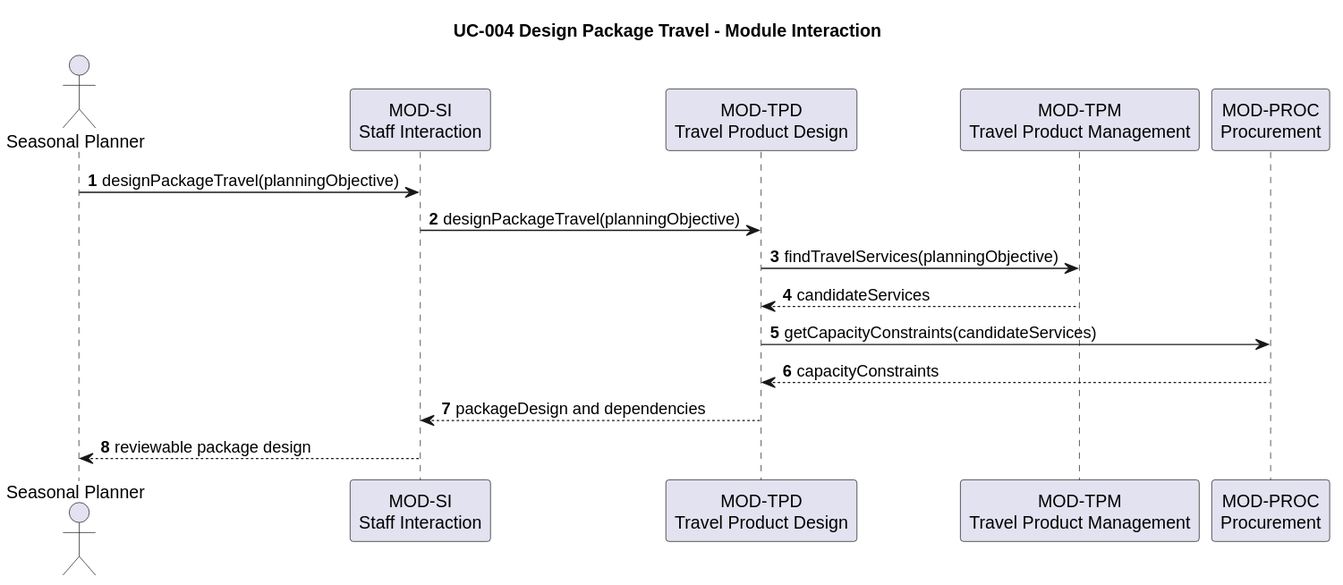
The PlantUML diagram docs/architecture/software-architecture/uc-004-design-package-travel.svg in hochschule-darmstadt/a3se_app, before a commit.
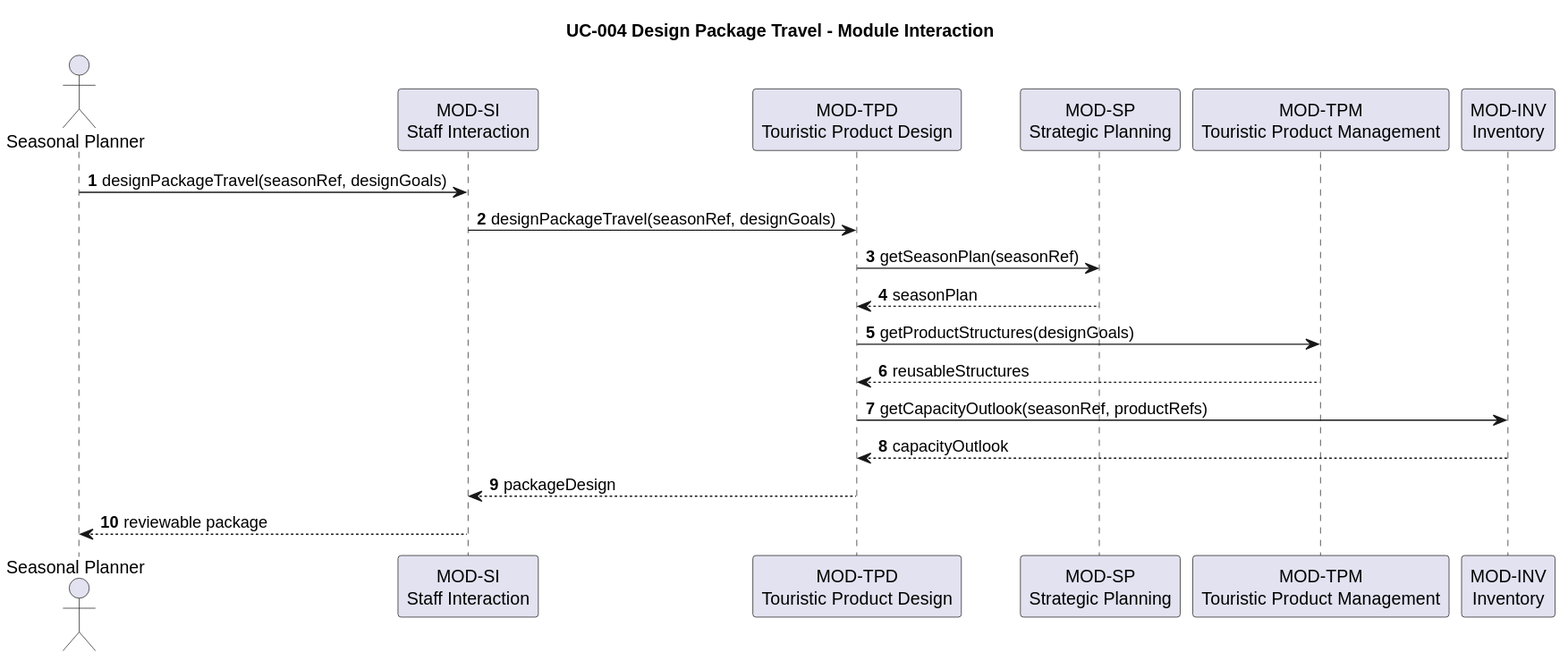
The same diagram one commit later.

The edit, as a diff of the source:
```diff
@@ -3,16 +3,19 @@
 autonumber
 actor "Seasonal Planner" as Planner
 participant "MOD-SI\nStaff Interaction" as SI
-participant "MOD-TPD\nTravel Product Design" as TPD
-participant "MOD-TPM\nTravel Product Management" as TPM
-participant "MOD-PROC\nProcurement" as PROC
+participant "MOD-TPD\nTouristic Product Design" as TPD
+participant "MOD-SP\nStrategic Planning" as SP
+participant "MOD-TPM\nTouristic Product Management" as TPM
+participant "MOD-INV\nInventory" as INV
 
-Planner -> SI: designPackageTravel(planningObjective)
-SI -> TPD: designPackageTravel(planningObjective)
-TPD -> TPM: findTravelServices(planningObjective)
-TPM --> TPD: candidateServices
-TPD -> PROC: getCapacityConstraints(candidateServices)
-PROC --> TPD: capacityConstraints
-TPD --> SI: packageDesign and dependencies
-SI --> Planner: reviewable package design
+Planner -> SI: designPackageTravel(seasonRef, designGoals)
+SI -> TPD: designPackageTravel(seasonRef, designGoals)
+TPD -> SP: getSeasonPlan(seasonRef)
+SP --> TPD: seasonPlan
+TPD -> TPM: getProductStructures(designGoals)
+TPM --> TPD: reusableStructures
+TPD -> INV: getCapacityOutlook(seasonRef, productRefs)
+INV --> TPD: capacityOutlook
+TPD --> SI: packageDesign
+SI --> Planner: reviewable package
 @enduml
```
